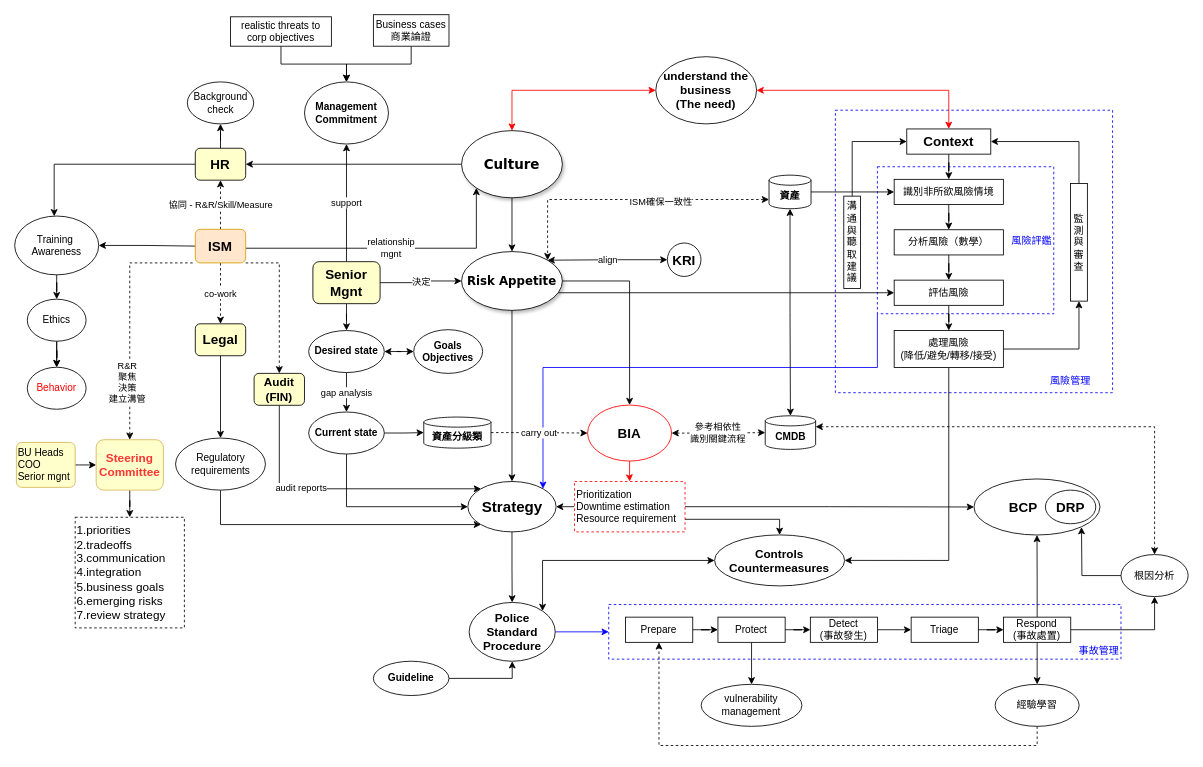
Above: Untitled Diagram.drawio in digipenguin/machinelearn-ndu (draw.io), before the change. Source tidied: cells renumbered, new cells numbered last; positions are measured from the earlier drawing's top-left corner, leaving out a move shared by most shapes. Both pictures are drawn from the tidied source at 84%, with x=0, y=0 at pixel (14, 14).
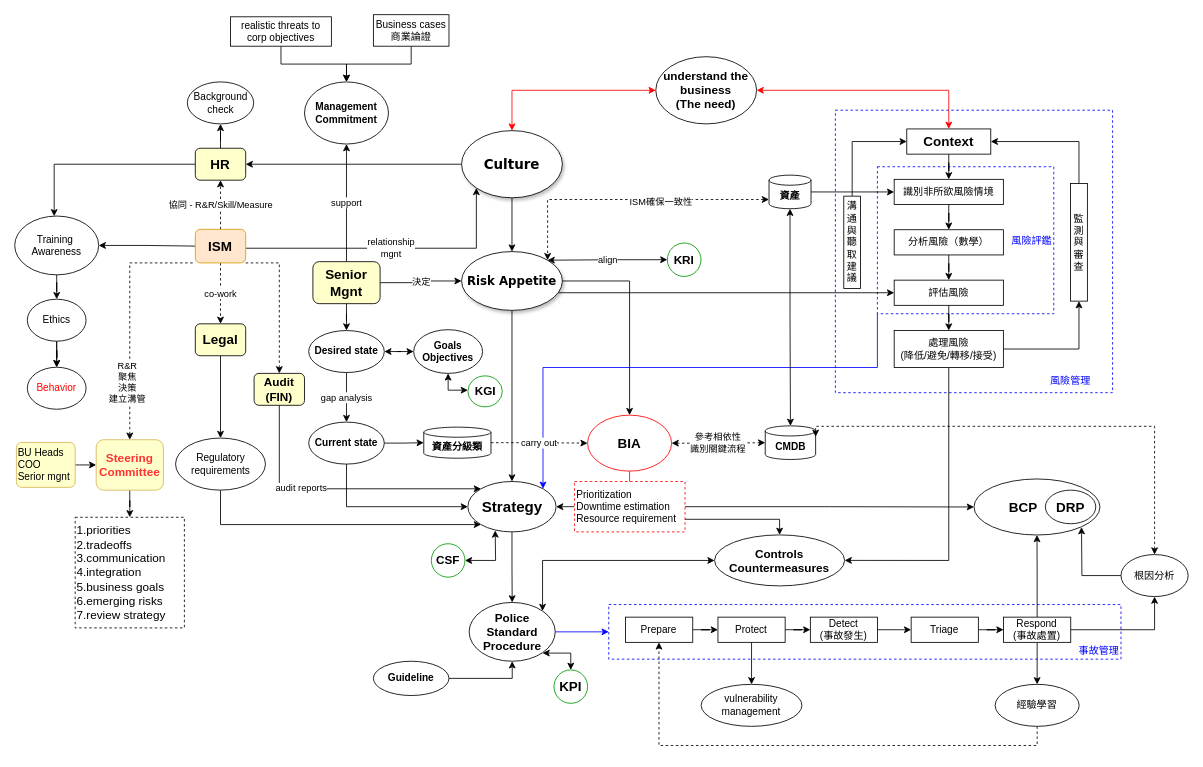
The same diagram, later.

The change refers to these unchanged cells:
```xml
<mxCell id="17" value="&lt;b style=&quot;font-size: 14px&quot;&gt;&lt;span&gt;Police&lt;/span&gt;&lt;br&gt;&lt;span&gt;Standard&lt;/span&gt;&lt;br&gt;&lt;span&gt;Procedure&lt;/span&gt;&lt;/b&gt;" style="ellipse;whiteSpace=wrap;html=1;align=center;" parent="1" vertex="1">
  <mxGeometry x="541" y="699.7" width="102.5" height="70" as="geometry" />
</mxCell>
<mxCell id="116" value="&lt;b&gt;&lt;span&gt;Goals&lt;/span&gt;&lt;br&gt;&lt;span&gt;Objectives&lt;/span&gt;&lt;/b&gt;" style="ellipse;whiteSpace=wrap;html=1;strokeColor=#000000;fillColor=#FFFFFF;" parent="1" vertex="1">
  <mxGeometry x="475" y="375" width="82" height="52" as="geometry" />
</mxCell>
```

What changed in the source:
```diff
@@
     <mxCell id="63" value="&lt;font style=&quot;font-size: 16px&quot;&gt;&lt;b&gt;BIA&lt;/b&gt;&lt;/font&gt;" style="ellipse;whiteSpace=wrap;html=1;fillColor=#FFFFFF;strokeColor=#FF0000;" parent="1" vertex="1">
-      <mxGeometry x="682" y="464.7" width="100" height="66.7" as="geometry" />
+      <mxGeometry x="682" y="476.7" width="100" height="66.7" as="geometry" />
     </mxCell>
@@
     <mxCell id="66" value="&lt;b&gt;CMDB&lt;/b&gt;" style="shape=cylinder3;whiteSpace=wrap;html=1;boundedLbl=1;backgroundOutline=1;size=6;fillColor=#FFFFFF;" parent="1" vertex="1">
-      <mxGeometry x="893.5" y="477.5" width="60" height="40" as="geometry" />
+      <mxGeometry x="893.5" y="489.5" width="60" height="40" as="geometry" />
     </mxCell>
@@
     <mxCell id="78" value="&lt;b&gt;Current state&lt;/b&gt;" style="ellipse;whiteSpace=wrap;html=1;strokeColor=#000000;fillColor=#FFFFFF;" parent="1" vertex="1">
-      <mxGeometry x="350" y="473" width="90" height="50" as="geometry" />
+      <mxGeometry x="350" y="485" width="90" height="50" as="geometry" />
     </mxCell>
@@
     <mxCell id="120" value="&lt;b&gt;資產分級類&lt;br&gt;&lt;/b&gt;" style="shape=cylinder3;whiteSpace=wrap;html=1;boundedLbl=1;backgroundOutline=1;size=6;fillColor=#FFFFFF;" parent="1" vertex="1">
-      <mxGeometry x="487" y="479" width="80" height="37" as="geometry" />
+      <mxGeometry x="487" y="491" width="80" height="37" as="geometry" />
     </mxCell>
@@
-    <mxCell id="123" value="&lt;b&gt;&lt;font style=&quot;font-size: 16px&quot;&gt;KRI&lt;/font&gt;&lt;/b&gt;" style="ellipse;whiteSpace=wrap;html=1;fillColor=#FFFFFF;" parent="1" vertex="1">
+    <mxCell id="123" value="&lt;b&gt;&lt;font style=&quot;font-size: 14px&quot;&gt;KRI&lt;/font&gt;&lt;/b&gt;" style="ellipse;whiteSpace=wrap;html=1;fillColor=#FFFFFF;strokeColor=#009900;" parent="1" vertex="1">
       <mxGeometry x="777" y="271.8" width="40" height="39.8" as="geometry" />
     </mxCell>
+    <mxCell id="124" style="edgeStyle=orthogonalEdgeStyle;rounded=0;jettySize=auto;html=1;startArrow=classic;startFill=1;" parent="1" edge="1" source="125">
+      <mxGeometry relative="1" as="geometry">
+        <mxPoint x="572" y="614" as="targetPoint" />
+      </mxGeometry>
+    </mxCell>
+    <mxCell id="125" value="&lt;b&gt;&lt;font style=&quot;font-size: 14px&quot;&gt;CSF&lt;/font&gt;&lt;/b&gt;" style="ellipse;whiteSpace=wrap;html=1;fillColor=#FFFFFF;strokeColor=#009900;" parent="1" vertex="1">
+      <mxGeometry x="496" y="629.8" width="40" height="39.8" as="geometry" />
+    </mxCell>
+    <mxCell id="126" style="edgeStyle=orthogonalEdgeStyle;rounded=0;jettySize=auto;html=1;entryX=1;entryY=1;entryDx=0;entryDy=0;startArrow=classic;startFill=1;" parent="1" edge="1" source="127" target="17">
+      <mxGeometry relative="1" as="geometry" />
+    </mxCell>
+    <mxCell id="127" value="&lt;b&gt;&lt;font style=&quot;font-size: 16px&quot;&gt;KPI&lt;/font&gt;&lt;/b&gt;" style="ellipse;whiteSpace=wrap;html=1;fillColor=#FFFFFF;strokeColor=#009900;" parent="1" vertex="1">
+      <mxGeometry x="642" y="780" width="40" height="39.8" as="geometry" />
+    </mxCell>
+    <mxCell id="128" style="edgeStyle=orthogonalEdgeStyle;rounded=0;jettySize=auto;html=1;entryX=0.5;entryY=1;entryDx=0;entryDy=0;startArrow=classic;startFill=1;" parent="1" edge="1" source="129" target="116">
+      <mxGeometry relative="1" as="geometry">
+        <Array as="points">
+          <mxPoint x="516" y="447" />
+        </Array>
+      </mxGeometry>
+    </mxCell>
+    <mxCell id="129" value="&lt;b&gt;&lt;font style=&quot;font-size: 14px&quot;&gt;KGI&lt;/font&gt;&lt;/b&gt;" style="ellipse;whiteSpace=wrap;html=1;fillColor=#FFFFFF;strokeColor=#009900;" parent="1" vertex="1">
+      <mxGeometry x="539.5" y="430" width="41" height="36.8" as="geometry" />
+    </mxCell>
```
